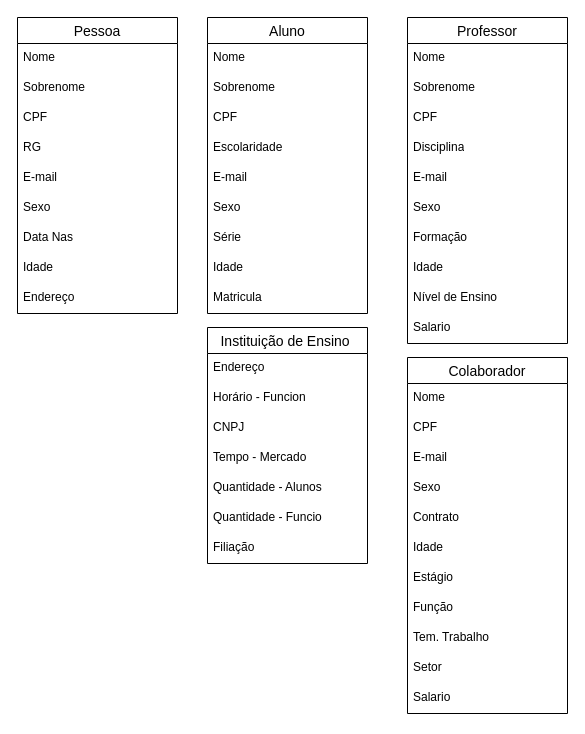
M4rcosRy4n/agencia keeps this draw.io diagram as src/main/java/br/com/senai/Enuns/ERD Hospital.drawio. Above is the earlier version. Source tidied: cells renumbered, new cells numbered last; positions are measured from the earlier drawing's top-left corner, leaving out a move shared by most shapes. Both pictures are drawn from the tidied source at 100%, with x=0, y=0 at pixel (17, 17).
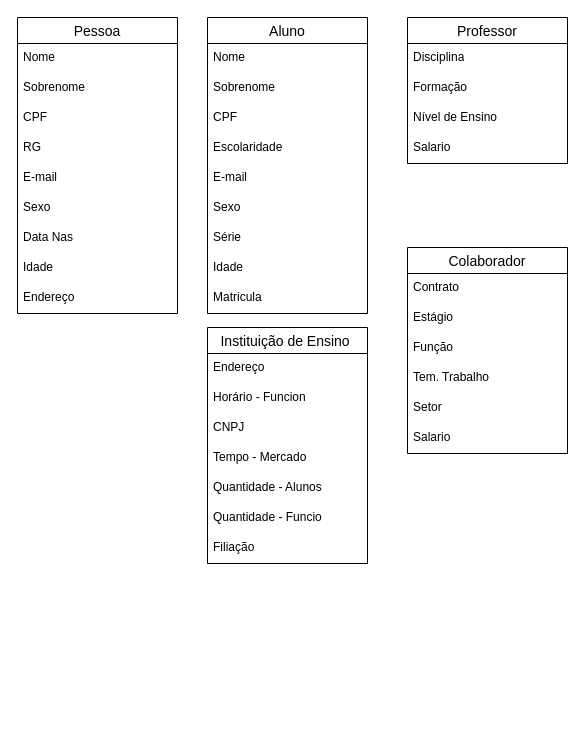
The same page after the edit.

Change to the diagram source:
```diff
@@
     <mxCell id="22" value="Professor" style="swimlane;fontStyle=0;horizontal=1;startSize=26;align=center;fontSize=14;" parent="1" vertex="1">
-      <mxGeometry x="390" width="160" height="326" as="geometry" />
+      <mxGeometry x="390" width="160" height="146" as="geometry" />
     </mxCell>
-    <mxCell id="23" value="Nome" style="text;strokeColor=none;fillColor=none;spacingLeft=4;spacingRight=4;overflow=hidden;fontSize=12;whiteSpace=wrap;html=1;" parent="22" vertex="1">
-      <mxGeometry y="26" width="160" height="30" as="geometry" />
-    </mxCell>
-    <mxCell id="24" value="Sobrenome" style="text;strokeColor=none;fillColor=none;spacingLeft=4;spacingRight=4;overflow=hidden;fontSize=12;whiteSpace=wrap;html=1;" parent="22" vertex="1">
-      <mxGeometry y="56" width="160" height="30" as="geometry" />
-    </mxCell>
-    <mxCell id="25" value="CPF" style="text;strokeColor=none;fillColor=none;spacingLeft=4;spacingRight=4;overflow=hidden;fontSize=12;whiteSpace=wrap;html=1;" parent="22" vertex="1">
-      <mxGeometry y="86" width="160" height="30" as="geometry" />
-    </mxCell>
     <mxCell id="26" value="Disciplina" style="text;strokeColor=none;fillColor=none;spacingLeft=4;spacingRight=4;overflow=hidden;fontSize=12;whiteSpace=wrap;html=1;" parent="22" vertex="1">
-      <mxGeometry y="116" width="160" height="30" as="geometry" />
+      <mxGeometry y="26" width="160" height="30" as="geometry" />
     </mxCell>
-    <mxCell id="27" value="E-mail" style="text;strokeColor=none;fillColor=none;spacingLeft=4;spacingRight=4;overflow=hidden;fontSize=12;whiteSpace=wrap;html=1;" parent="22" vertex="1">
-      <mxGeometry y="146" width="160" height="30" as="geometry" />
-    </mxCell>
-    <mxCell id="28" value="Sexo" style="text;strokeColor=none;fillColor=none;spacingLeft=4;spacingRight=4;overflow=hidden;fontSize=12;whiteSpace=wrap;html=1;" parent="22" vertex="1">
-      <mxGeometry y="176" width="160" height="30" as="geometry" />
-    </mxCell>
     <mxCell id="29" value="Formação" style="text;strokeColor=none;fillColor=none;spacingLeft=4;spacingRight=4;overflow=hidden;fontSize=12;whiteSpace=wrap;html=1;" parent="22" vertex="1">
-      <mxGeometry y="206" width="160" height="30" as="geometry" />
+      <mxGeometry y="56" width="160" height="30" as="geometry" />
     </mxCell>
-    <mxCell id="30" value="Idade" style="text;strokeColor=none;fillColor=none;spacingLeft=4;spacingRight=4;overflow=hidden;fontSize=12;whiteSpace=wrap;html=1;" parent="22" vertex="1">
-      <mxGeometry y="236" width="160" height="30" as="geometry" />
-    </mxCell>
     <mxCell id="31" value="Nível de Ensino" style="text;strokeColor=none;fillColor=none;spacingLeft=4;spacingRight=4;overflow=hidden;fontSize=12;whiteSpace=wrap;html=1;" parent="22" vertex="1">
-      <mxGeometry y="266" width="160" height="30" as="geometry" />
+      <mxGeometry y="86" width="160" height="30" as="geometry" />
     </mxCell>
     <mxCell id="32" value="Salario" style="text;strokeColor=none;fillColor=none;spacingLeft=4;spacingRight=4;overflow=hidden;fontSize=12;whiteSpace=wrap;html=1;" parent="22" vertex="1">
-      <mxGeometry y="296" width="160" height="30" as="geometry" />
+      <mxGeometry y="116" width="160" height="30" as="geometry" />
     </mxCell>
     <mxCell id="33" value="Colaborador" style="swimlane;fontStyle=0;horizontal=1;startSize=26;align=center;fontSize=14;" parent="1" vertex="1">
-      <mxGeometry x="390" y="340" width="160" height="356" as="geometry" />
+      <mxGeometry x="390" y="230" width="160" height="206" as="geometry" />
     </mxCell>
-    <mxCell id="34" value="Nome" style="text;strokeColor=none;fillColor=none;spacingLeft=4;spacingRight=4;overflow=hidden;fontSize=12;whiteSpace=wrap;html=1;" parent="33" vertex="1">
-      <mxGeometry y="26" width="160" height="30" as="geometry" />
-    </mxCell>
-    <mxCell id="35" value="CPF" style="text;strokeColor=none;fillColor=none;spacingLeft=4;spacingRight=4;overflow=hidden;fontSize=12;whiteSpace=wrap;html=1;" parent="33" vertex="1">
-      <mxGeometry y="56" width="160" height="30" as="geometry" />
-    </mxCell>
-    <mxCell id="36" value="E-mail" style="text;strokeColor=none;fillColor=none;spacingLeft=4;spacingRight=4;overflow=hidden;fontSize=12;whiteSpace=wrap;html=1;" parent="33" vertex="1">
-      <mxGeometry y="86" width="160" height="30" as="geometry" />
-    </mxCell>
-    <mxCell id="37" value="Sexo" style="text;strokeColor=none;fillColor=none;spacingLeft=4;spacingRight=4;overflow=hidden;fontSize=12;whiteSpace=wrap;html=1;" parent="33" vertex="1">
-      <mxGeometry y="116" width="160" height="30" as="geometry" />
-    </mxCell>
     <mxCell id="38" value="Contrato" style="text;strokeColor=none;fillColor=none;spacingLeft=4;spacingRight=4;overflow=hidden;fontSize=12;whiteSpace=wrap;html=1;" parent="33" vertex="1">
-      <mxGeometry y="146" width="160" height="30" as="geometry" />
+      <mxGeometry y="26" width="160" height="30" as="geometry" />
     </mxCell>
-    <mxCell id="39" value="Idade" style="text;strokeColor=none;fillColor=none;spacingLeft=4;spacingRight=4;overflow=hidden;fontSize=12;whiteSpace=wrap;html=1;" parent="33" vertex="1">
-      <mxGeometry y="176" width="160" height="30" as="geometry" />
-    </mxCell>
     <mxCell id="40" value="Estágio" style="text;strokeColor=none;fillColor=none;spacingLeft=4;spacingRight=4;overflow=hidden;fontSize=12;whiteSpace=wrap;html=1;" parent="33" vertex="1">
-      <mxGeometry y="206" width="160" height="30" as="geometry" />
+      <mxGeometry y="56" width="160" height="30" as="geometry" />
     </mxCell>
     <mxCell id="41" value="Função" style="text;strokeColor=none;fillColor=none;spacingLeft=4;spacingRight=4;overflow=hidden;fontSize=12;whiteSpace=wrap;html=1;" parent="33" vertex="1">
-      <mxGeometry y="236" width="160" height="30" as="geometry" />
+      <mxGeometry y="86" width="160" height="30" as="geometry" />
     </mxCell>
     <mxCell id="42" value="Tem. Trabalho" style="text;strokeColor=none;fillColor=none;spacingLeft=4;spacingRight=4;overflow=hidden;fontSize=12;whiteSpace=wrap;html=1;" parent="33" vertex="1">
-      <mxGeometry y="266" width="160" height="30" as="geometry" />
+      <mxGeometry y="116" width="160" height="30" as="geometry" />
     </mxCell>
     <mxCell id="43" value="Setor" style="text;strokeColor=none;fillColor=none;spacingLeft=4;spacingRight=4;overflow=hidden;fontSize=12;whiteSpace=wrap;html=1;" parent="33" vertex="1">
-      <mxGeometry y="296" width="160" height="30" as="geometry" />
+      <mxGeometry y="146" width="160" height="30" as="geometry" />
     </mxCell>
     <mxCell id="44" value="Salario" style="text;strokeColor=none;fillColor=none;spacingLeft=4;spacingRight=4;overflow=hidden;fontSize=12;whiteSpace=wrap;html=1;" parent="33" vertex="1">
-      <mxGeometry y="326" width="160" height="30" as="geometry" />
+      <mxGeometry y="176" width="160" height="30" as="geometry" />
     </mxCell>
```
